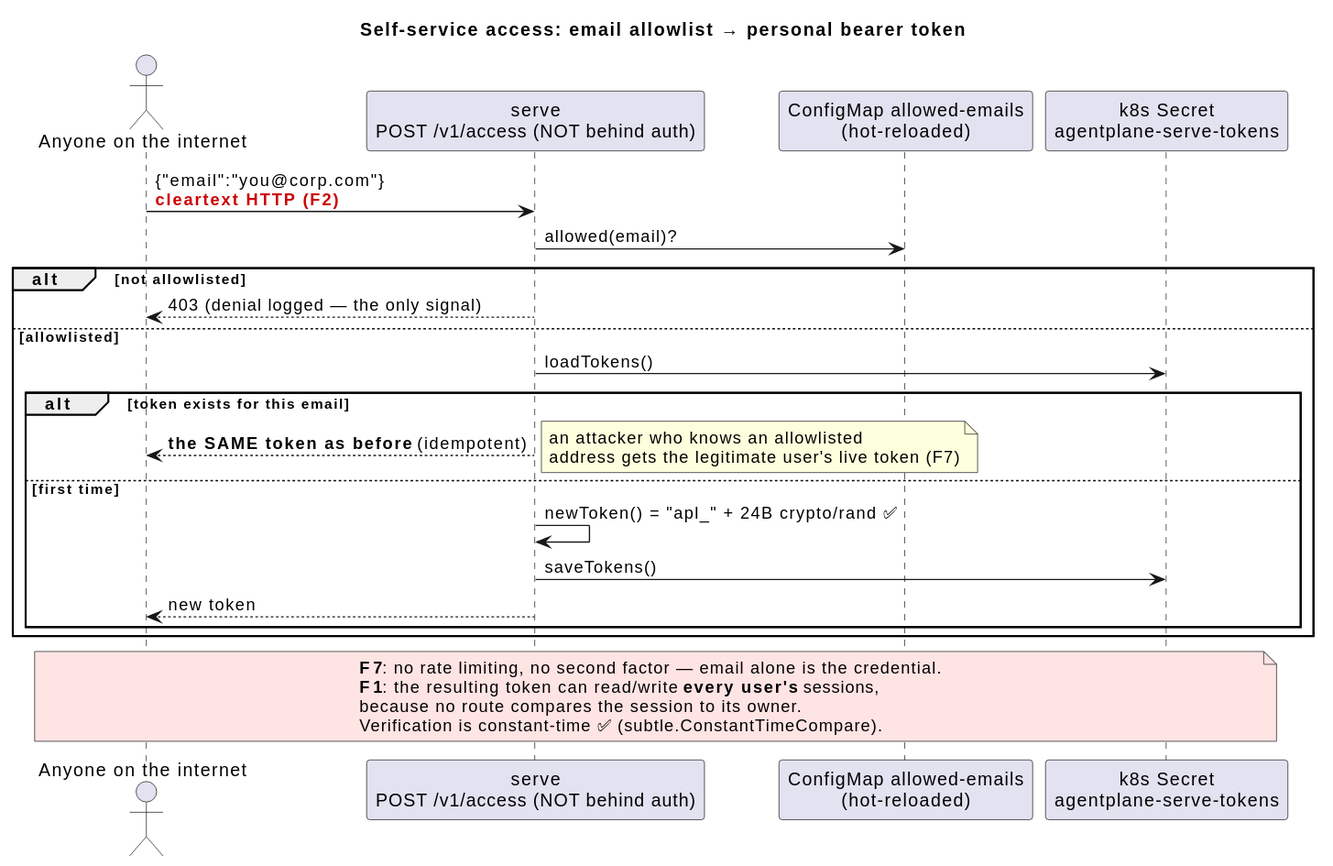
agents-community/supercluster keeps this PlantUML diagram as agentplane/docs/threat-model/seq-access-token.svg. Above is the earlier version.
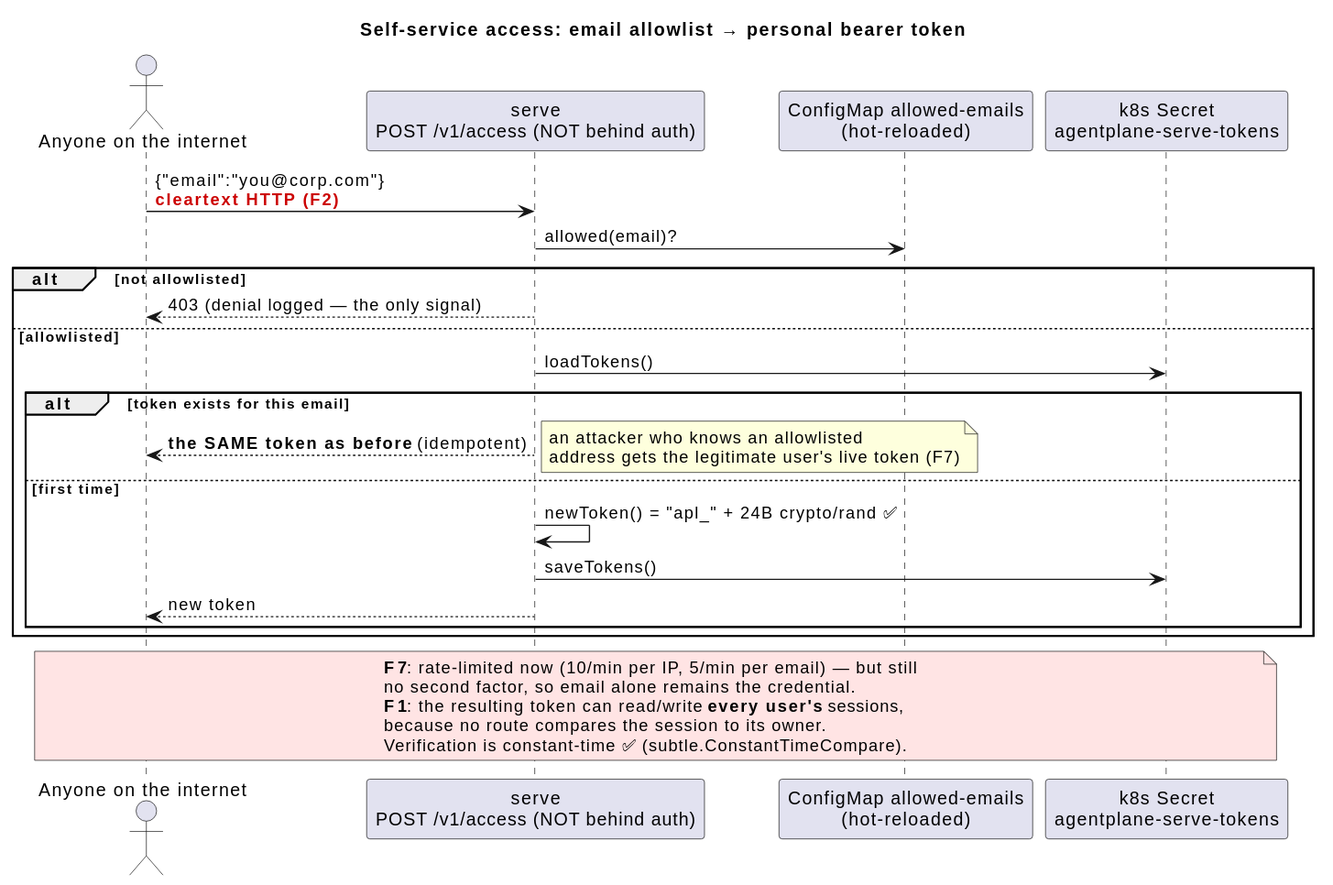
Above is the later version.

What changed in the source:
```diff
@@ -23,7 +23,8 @@
 end
 
 note over who, sec #FFE4E4
-  <b>F7</b>: no rate limiting, no second factor — email alone is the credential.
+  <b>F7</b>: rate-limited now (10/min per IP, 5/min per email) — but still
+  no second factor, so email alone remains the credential.
   <b>F1</b>: the resulting token can read/write <b>every user's</b> sessions,
   because no route compares the session to its owner.
   Verification is constant-time ✅ (subtle.ConstantTimeCompare).
```
